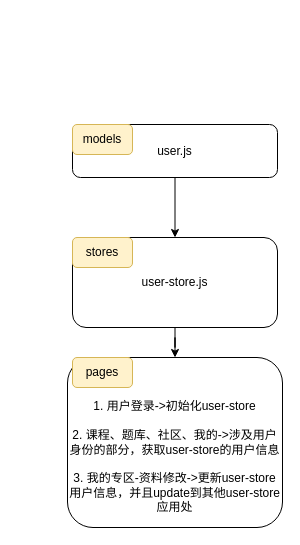
This is westore1.drawio from Ekko306/diagrams.net, a draw.io file, before an edit. Source tidied: cells renumbered, new cells numbered last; positions are measured from the earlier drawing's top-left corner, leaving out a move shared by most shapes. Both pictures are drawn from the tidied source at 100%, with x=0, y=0 at pixel (67, 124).
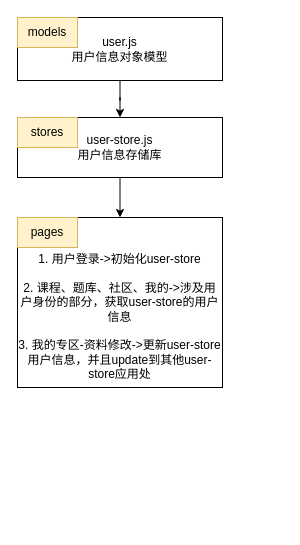
After the change.

Diff of the diagram source:
```diff
@@
 <mxGraphModel>
   <root>
     <mxCell id="0" />
     <mxCell id="1" parent="0" />
     <mxCell id="2" style="edgeStyle=orthogonalEdgeStyle;rounded=0;jettySize=auto;html=1;" parent="1" edge="1" source="3" target="6">
       <mxGeometry relative="1" as="geometry" />
     </mxCell>
-    <mxCell id="3" value="user.js" style="rounded=1;whiteSpace=wrap;html=1;" parent="1" vertex="1">
-      <mxGeometry x="5" width="205" height="53" as="geometry" />
+    <mxCell id="3" value="user.js&lt;br&gt;用户信息对象模型" style="rounded=0;whiteSpace=wrap;html=1;" parent="1" vertex="1">
+      <mxGeometry x="-50" y="-107" width="205" height="63" as="geometry" />
     </mxCell>
-    <mxCell id="4" value="models" style="text;html=1;strokeColor=#d6b656;fillColor=#fff2cc;align=center;verticalAlign=middle;whiteSpace=wrap;rounded=1;perimeterSpacing=12;" parent="1" vertex="1">
-      <mxGeometry x="5" width="60" height="30" as="geometry" />
+    <mxCell id="4" value="models" style="text;html=1;strokeColor=#d6b656;fillColor=#fff2cc;align=center;verticalAlign=middle;whiteSpace=wrap;rounded=0;perimeterSpacing=12;" parent="1" vertex="1">
+      <mxGeometry x="-50" y="-107" width="60" height="30" as="geometry" />
     </mxCell>
     <mxCell id="5" style="edgeStyle=orthogonalEdgeStyle;rounded=0;jettySize=auto;html=1;entryX=0.5;entryY=0;entryDx=0;entryDy=0;" parent="1" edge="1" source="6" target="8">
       <mxGeometry relative="1" as="geometry" />
     </mxCell>
-    <mxCell id="6" value="user-store.js" style="rounded=1;whiteSpace=wrap;html=1;" parent="1" vertex="1">
-      <mxGeometry x="5" y="113" width="205" height="90" as="geometry" />
+    <mxCell id="6" value="user-store.js&lt;br&gt;用户信息存储库" style="rounded=0;whiteSpace=wrap;html=1;" parent="1" vertex="1">
+      <mxGeometry x="-50" y="-7" width="205" height="60" as="geometry" />
     </mxCell>
-    <mxCell id="7" value="stores" style="text;html=1;strokeColor=#d6b656;fillColor=#fff2cc;align=center;verticalAlign=middle;whiteSpace=wrap;rounded=1;" parent="1" vertex="1">
-      <mxGeometry x="5" y="113" width="60" height="30" as="geometry" />
+    <mxCell id="7" value="stores" style="text;html=1;strokeColor=#d6b656;fillColor=#fff2cc;align=center;verticalAlign=middle;whiteSpace=wrap;rounded=0;" parent="1" vertex="1">
+      <mxGeometry x="-50" y="-7" width="60" height="30" as="geometry" />
     </mxCell>
-    <mxCell id="8" value="&lt;br&gt;&lt;br&gt;1. 用户登录-&amp;gt;初始化user-store&lt;br&gt;&lt;br&gt;2. 课程、题库、社区、我的-&amp;gt;涉及用户身份的部分，获取user-store的用户信息&lt;br&gt;&lt;br&gt;3. 我的专区-资料修改-&amp;gt;更新user-store用户信息，并且update到其他user-store应用处" style="rounded=1;whiteSpace=wrap;html=1;" parent="1" vertex="1">
-      <mxGeometry y="233" width="215" height="170" as="geometry" />
+    <mxCell id="8" value="&lt;br&gt;&lt;br&gt;1. 用户登录-&amp;gt;初始化user-store&lt;br&gt;&lt;br&gt;2. 课程、题库、社区、我的-&amp;gt;涉及用户身份的部分，获取user-store的用户信息&lt;br&gt;&lt;br&gt;3. 我的专区-资料修改-&amp;gt;更新user-store用户信息，并且update到其他user-store应用处" style="rounded=0;whiteSpace=wrap;html=1;" parent="1" vertex="1">
+      <mxGeometry x="-50" y="93" width="205" height="170" as="geometry" />
     </mxCell>
-    <mxCell id="9" value="pages" style="text;html=1;strokeColor=#d6b656;fillColor=#fff2cc;align=center;verticalAlign=middle;whiteSpace=wrap;rounded=1;" parent="1" vertex="1">
-      <mxGeometry x="5" y="233" width="60" height="30" as="geometry" />
+    <mxCell id="9" value="pages" style="text;html=1;strokeColor=#d6b656;fillColor=#fff2cc;align=center;verticalAlign=middle;whiteSpace=wrap;rounded=0;" parent="1" vertex="1">
+      <mxGeometry x="-50" y="93" width="60" height="30" as="geometry" />
     </mxCell>
   </root>
 </mxGraphModel>
```
